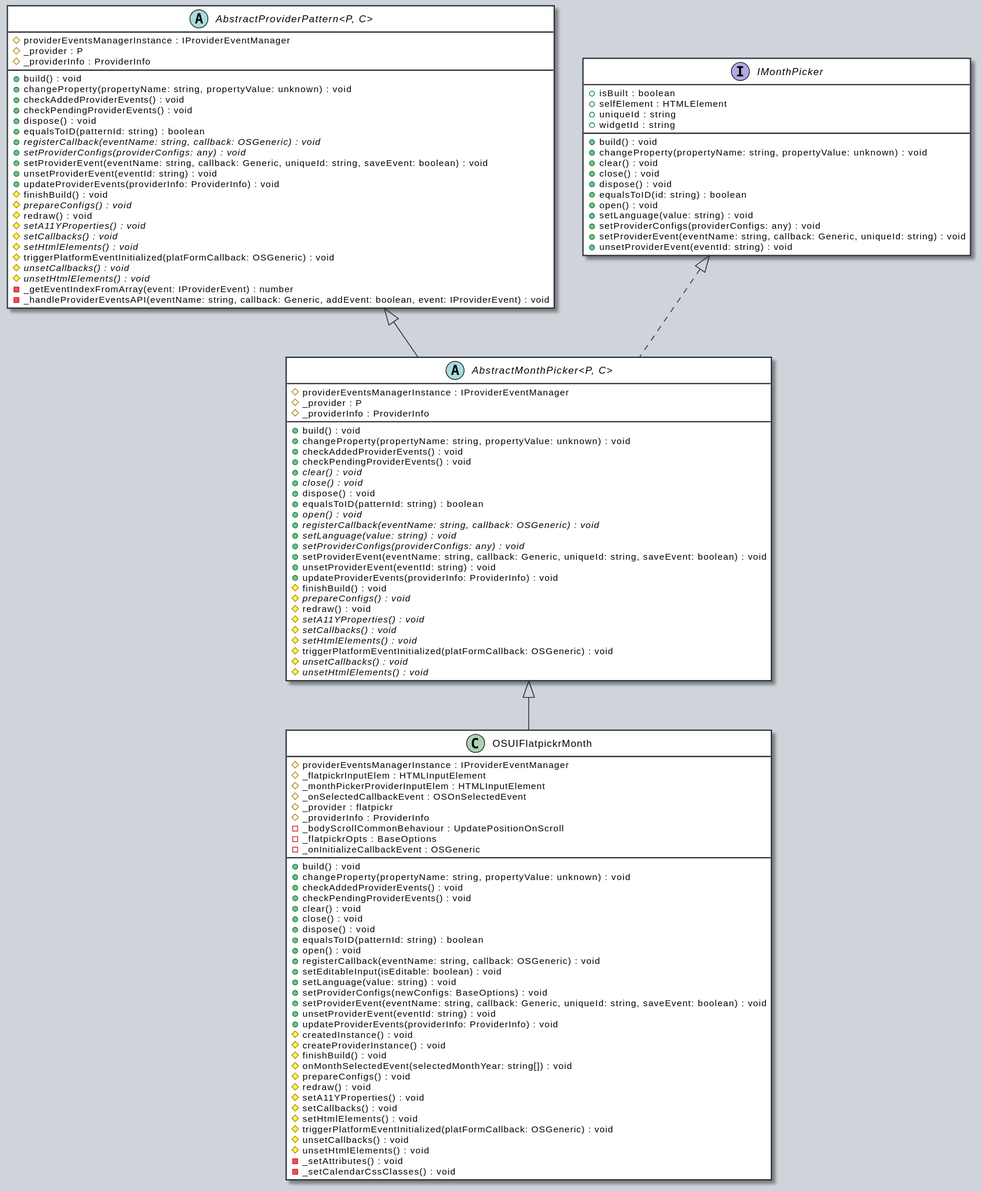
The PlantUML diagram docs/assets/AbstractMonthPicker-umlClassDiagram-4126.svg in OutSystems/outsystems-ui, before a commit.
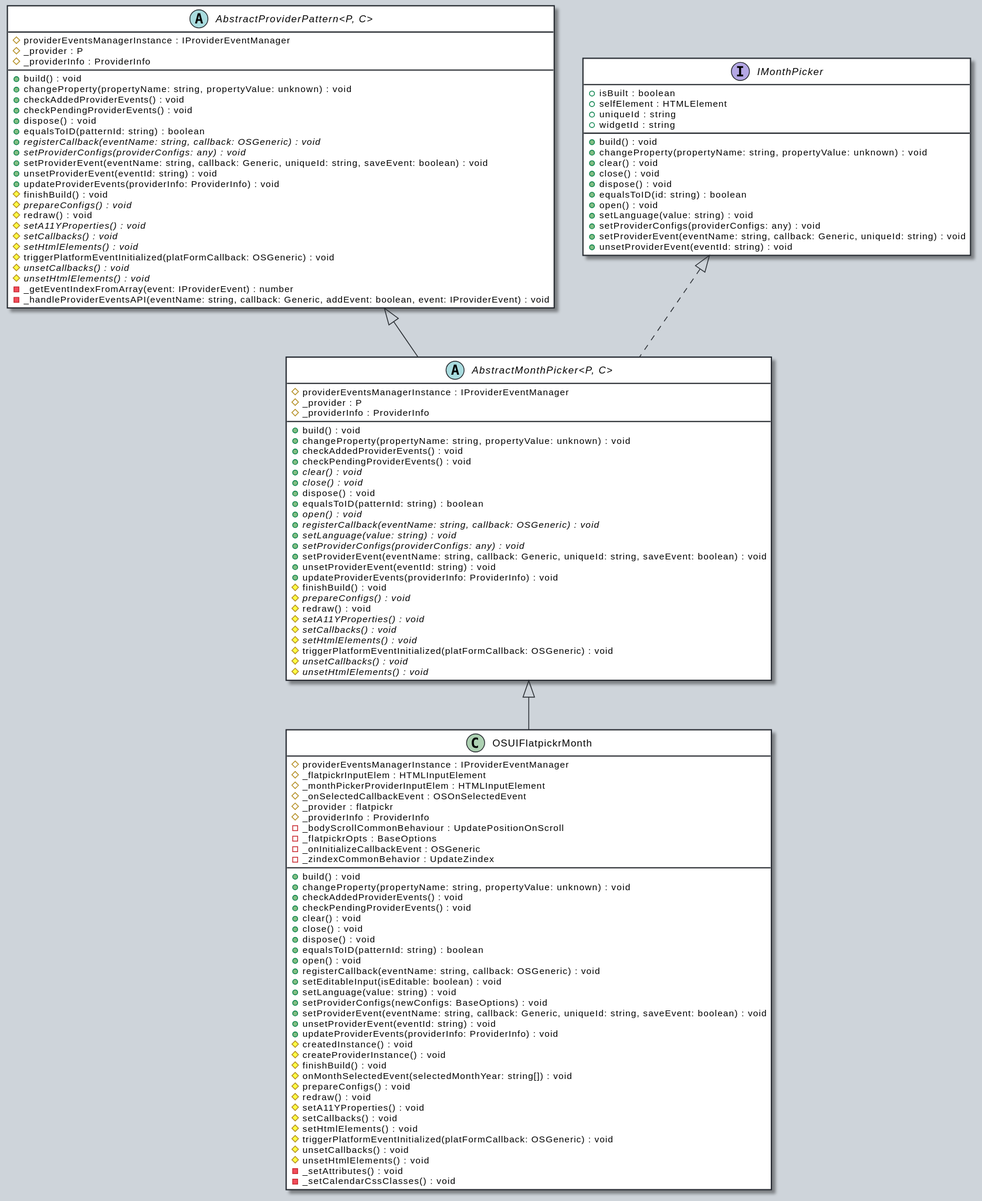
After the change.

Change to the diagram source:
```diff
@@ -90,6 +90,7 @@
     -_bodyScrollCommonBehaviour : UpdatePositionOnScroll
     -_flatpickrOpts : BaseOptions
     -_onInitializeCallbackEvent : OSGeneric
+    -_zindexCommonBehavior : UpdateZindex
     +build() : void
     +changeProperty(propertyName: string, propertyValue: unknown) : void
     +checkAddedProviderEvents() : void
```
